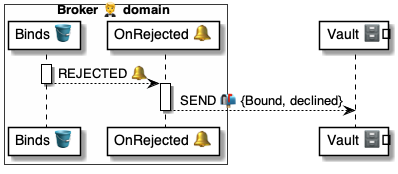
Earlier version of the PlantUML export 4 ⚙️ Solution/20 🧑‍🦰 UI/Brokers 🤵/🤵🪣 Broker tables/Binds 🔗 table/🪣🧱 14 Rejected 🔔 event/🤵 OnBindRejected ⚙️ uml.png (pollyweb-org/pollyweb-docs). Its source is kept beside it as 4 ⚙️ Solution/20 🧑‍🦰 UI/Brokers 🤵/🤵🪣 Broker tables/Binds 🔗 table/🪣🧱 14 Rejected 🔔 event/🤵 OnBindRejected ⚙️ uml.puml.
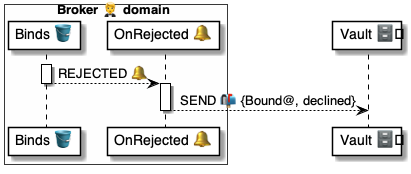
Above is the later version.

What changed in the source:
```diff
@@ -12,7 +12,7 @@
 deactivate binds
 
 activate handler
-    handler --> vault: SEND 📬 {Bound, declined}
+    handler --> vault: SEND 📬 {Bound@, declined}
 deactivate handler
 
 
```
